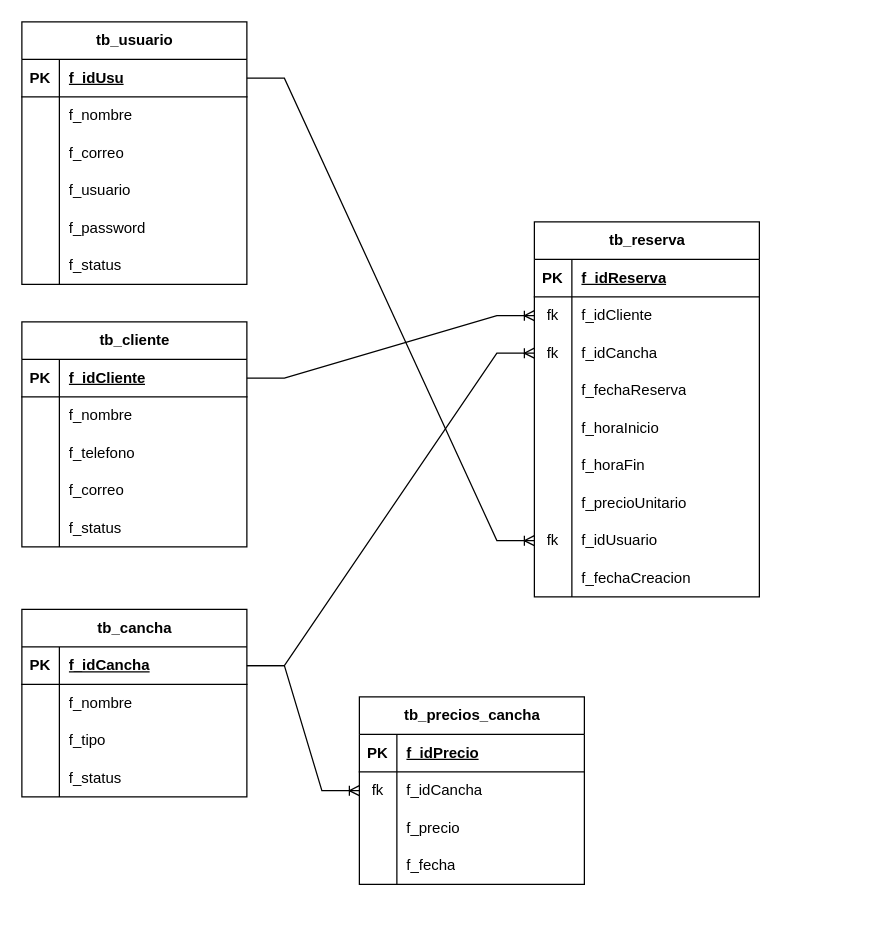
The draw.io diagram CanchasReserva.drawio in ErnestoDanielTafoyaMolinaCYM/clases-cat-cym, before the edit. Source tidied: cells renumbered, new cells numbered last; positions are measured from the earlier drawing's top-left corner, leaving out a move shared by most shapes. Both pictures are drawn from the tidied source at 125%, with x=0, y=0 at pixel (21, 21).
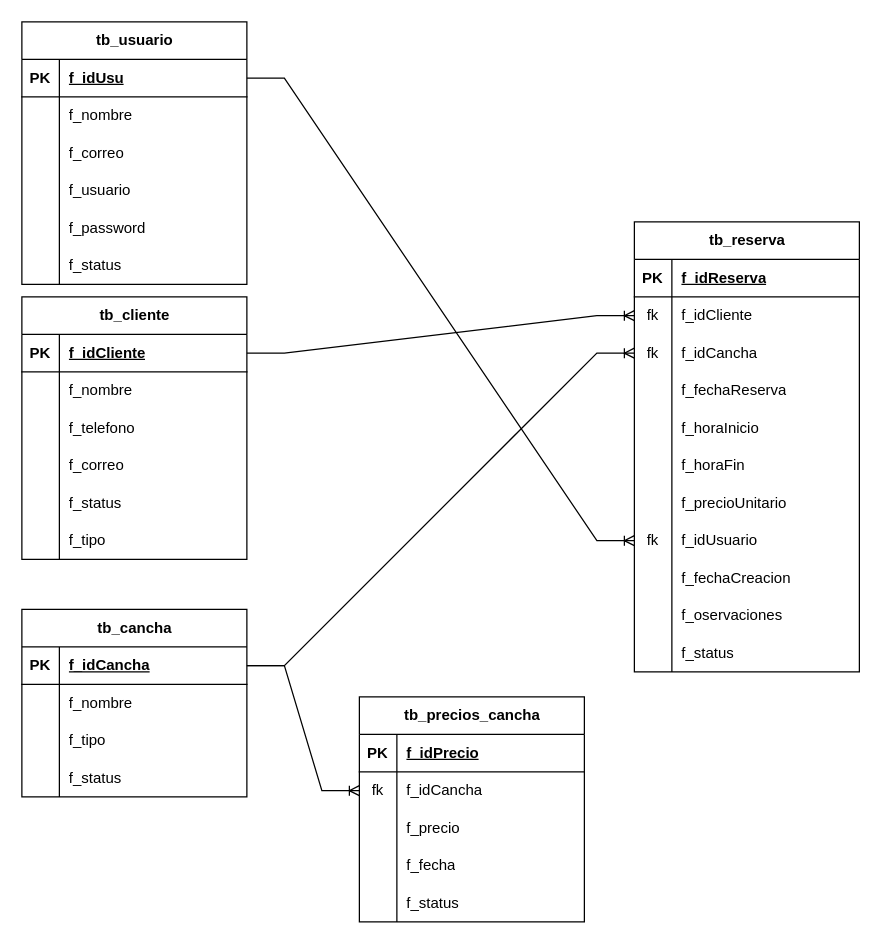
Above is the later version.

What changed in the source:
```diff
@@
     <mxCell id="21" value="tb_cliente" style="shape=table;startSize=30;childLayout=tableLayout;rowLines=0;fontStyle=1;align=center;html=1;" parent="1" vertex="1">
-      <mxGeometry y="240" width="180" height="180" as="geometry" />
+      <mxGeometry y="220" width="180" height="210" as="geometry" />
     </mxCell>
@@
+    <mxCell id="95" style="shape=tableRow;horizontal=0;startSize=0;swimlaneHead=0;swimlaneBody=0;fillColor=none;top=0;left=0;right=0;bottom=0;" parent="21" vertex="1">
+      <mxGeometry y="180" width="180" height="30" as="geometry" />
+    </mxCell>
+    <mxCell id="96" style="shape=partialRectangle;fillColor=none;top=0;left=0;bottom=0;right=0;overflow=hidden;whiteSpace=wrap;html=1;" parent="95" vertex="1">
+      <mxGeometry width="30" height="30" as="geometry" />
+    </mxCell>
+    <mxCell id="97" value="f_tipo" style="shape=partialRectangle;fillColor=none;top=0;left=0;bottom=0;right=0;align=left;spacingLeft=6;overflow=hidden;whiteSpace=wrap;html=1;" parent="95" vertex="1">
+      <mxGeometry x="30" width="150" height="30" as="geometry" />
+    </mxCell>
@@
     <mxCell id="50" value="tb_precios_cancha" style="shape=table;startSize=30;childLayout=tableLayout;rowLines=0;fontStyle=1;align=center;html=1;" parent="1" vertex="1">
-      <mxGeometry x="270" y="540" width="180" height="150" as="geometry" />
+      <mxGeometry x="270" y="540" width="180" height="180" as="geometry" />
     </mxCell>
@@
+    <mxCell id="98" style="shape=tableRow;horizontal=0;startSize=0;swimlaneHead=0;swimlaneBody=0;fillColor=none;top=0;left=0;right=0;bottom=0;" parent="50" vertex="1">
+      <mxGeometry y="150" width="180" height="30" as="geometry" />
+    </mxCell>
+    <mxCell id="99" style="shape=partialRectangle;fillColor=none;top=0;left=0;bottom=0;right=0;overflow=hidden;whiteSpace=wrap;html=1;" parent="98" vertex="1">
+      <mxGeometry width="30" height="30" as="geometry" />
+    </mxCell>
+    <mxCell id="100" value="f_status" style="shape=partialRectangle;fillColor=none;top=0;left=0;bottom=0;right=0;align=left;spacingLeft=6;overflow=hidden;whiteSpace=wrap;html=1;" parent="98" vertex="1">
+      <mxGeometry x="30" width="150" height="30" as="geometry" />
+    </mxCell>
     <mxCell id="63" value="tb_reserva" style="shape=table;startSize=30;childLayout=tableLayout;rowLines=0;fontStyle=1;align=center;html=1;" parent="1" vertex="1">
-      <mxGeometry x="410" y="160" width="180" height="300" as="geometry" />
+      <mxGeometry x="490" y="160" width="180" height="360" as="geometry" />
     </mxCell>
@@
+    <mxCell id="101" style="shape=tableRow;horizontal=0;startSize=0;swimlaneHead=0;swimlaneBody=0;fillColor=none;top=0;left=0;right=0;bottom=0;" parent="63" vertex="1">
+      <mxGeometry y="300" width="180" height="30" as="geometry" />
+    </mxCell>
+    <mxCell id="102" style="shape=partialRectangle;fillColor=none;top=0;left=0;bottom=0;right=0;overflow=hidden;whiteSpace=wrap;html=1;" parent="101" vertex="1">
+      <mxGeometry width="30" height="30" as="geometry" />
+    </mxCell>
+    <mxCell id="103" value="f_oservaciones" style="shape=partialRectangle;fillColor=none;top=0;left=0;bottom=0;right=0;align=left;spacingLeft=6;overflow=hidden;whiteSpace=wrap;html=1;" parent="101" vertex="1">
+      <mxGeometry x="30" width="150" height="30" as="geometry" />
+    </mxCell>
+    <mxCell id="104" style="shape=tableRow;horizontal=0;startSize=0;swimlaneHead=0;swimlaneBody=0;fillColor=none;top=0;left=0;right=0;bottom=0;" parent="63" vertex="1">
+      <mxGeometry y="330" width="180" height="30" as="geometry" />
+    </mxCell>
+    <mxCell id="105" style="shape=partialRectangle;fillColor=none;top=0;left=0;bottom=0;right=0;overflow=hidden;whiteSpace=wrap;html=1;" parent="104" vertex="1">
+      <mxGeometry width="30" height="30" as="geometry" />
+    </mxCell>
+    <mxCell id="106" value="f_status" style="shape=partialRectangle;fillColor=none;top=0;left=0;bottom=0;right=0;align=left;spacingLeft=6;overflow=hidden;whiteSpace=wrap;html=1;" parent="104" vertex="1">
+      <mxGeometry x="30" width="150" height="30" as="geometry" />
+    </mxCell>
```
